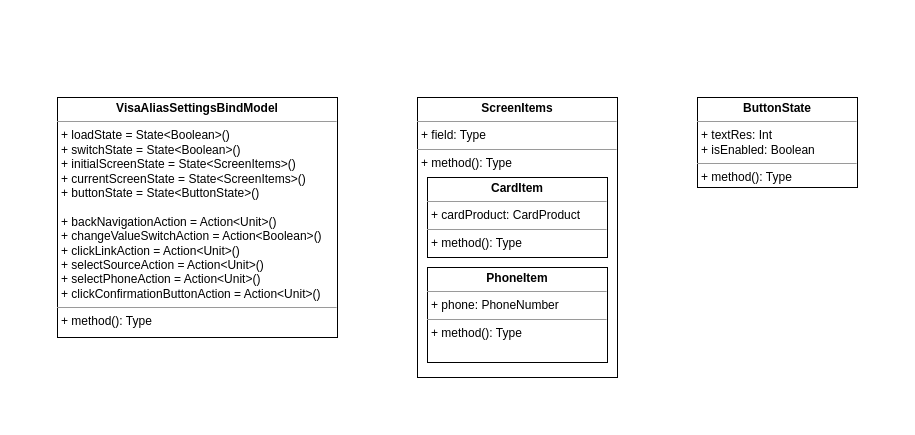
Earlier version of the draw.io diagram UNI-15261.drawio (ShiryaevNikolay/diagrams). Source tidied: cells renumbered, new cells numbered last; positions are measured from the earlier drawing's top-left corner, leaving out a move shared by most shapes. Both pictures are drawn from the tidied source at 100%, with x=0, y=0 at pixel (57, 97).
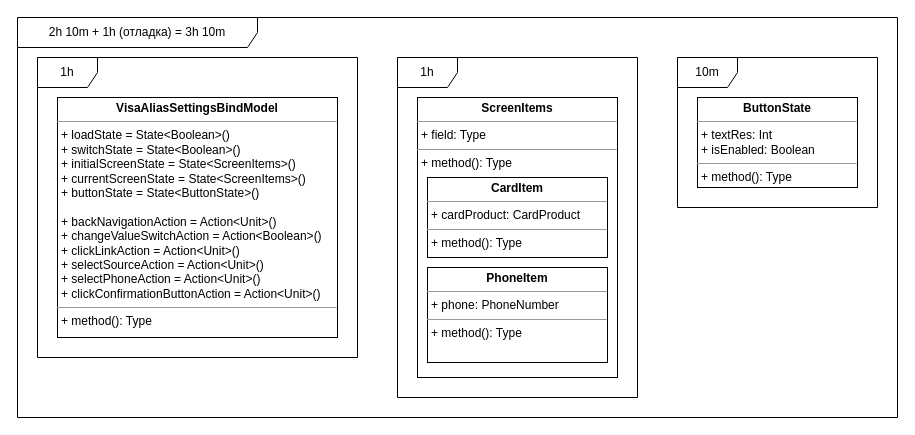
After the change.

Diff of the diagram source:
```diff
@@
 <mxGraphModel>
   <root>
     <mxCell id="0" />
     <mxCell id="1" parent="0" />
     <mxCell id="2" value="&lt;p style=&quot;margin: 0px ; margin-top: 4px ; text-align: center&quot;&gt;&lt;b&gt;VisaAliasSettingsBindModel&lt;/b&gt;&lt;/p&gt;&lt;hr size=&quot;1&quot;&gt;&lt;p style=&quot;margin: 0px ; margin-left: 4px&quot;&gt;+ loadState = State&amp;lt;Boolean&amp;gt;()&lt;/p&gt;&lt;p style=&quot;margin: 0px ; margin-left: 4px&quot;&gt;+ switchState = State&amp;lt;Boolean&amp;gt;()&lt;/p&gt;&lt;p style=&quot;margin: 0px ; margin-left: 4px&quot;&gt;+ initialScreenState = State&amp;lt;ScreenItems&amp;gt;()&lt;/p&gt;&lt;p style=&quot;margin: 0px ; margin-left: 4px&quot;&gt;+ currentScreenState = State&amp;lt;ScreenItems&amp;gt;()&lt;/p&gt;&lt;p style=&quot;margin: 0px ; margin-left: 4px&quot;&gt;+ buttonState = State&amp;lt;ButtonState&amp;gt;()&lt;br&gt;&lt;/p&gt;&lt;p style=&quot;margin: 0px ; margin-left: 4px&quot;&gt;&lt;br&gt;&lt;/p&gt;&lt;p style=&quot;margin: 0px ; margin-left: 4px&quot;&gt;+ backNavigationAction = Action&amp;lt;Unit&amp;gt;()&lt;br&gt;&lt;/p&gt;&lt;p style=&quot;margin: 0px ; margin-left: 4px&quot;&gt;+ changeValueSwitchAction = Action&amp;lt;Boolean&amp;gt;()&lt;/p&gt;&lt;p style=&quot;margin: 0px ; margin-left: 4px&quot;&gt;+ clickLinkAction = Action&amp;lt;Unit&amp;gt;()&lt;/p&gt;&lt;p style=&quot;margin: 0px ; margin-left: 4px&quot;&gt;+ selectSourceAction = Action&amp;lt;Unit&amp;gt;()&lt;/p&gt;&lt;p style=&quot;margin: 0px ; margin-left: 4px&quot;&gt;+ selectPhoneAction = Action&amp;lt;Unit&amp;gt;()&lt;/p&gt;&lt;p style=&quot;margin: 0px ; margin-left: 4px&quot;&gt;+ clickConfirmationButtonAction = Action&amp;lt;Unit&amp;gt;()&lt;br&gt;&lt;/p&gt;&lt;hr size=&quot;1&quot;&gt;&lt;p style=&quot;margin: 0px ; margin-left: 4px&quot;&gt;+ method(): Type&lt;/p&gt;" style="verticalAlign=top;align=left;overflow=fill;fontSize=12;fontFamily=Helvetica;html=1;" parent="1" vertex="1">
       <mxGeometry width="280" height="240" as="geometry" />
     </mxCell>
     <mxCell id="3" value="&lt;p style=&quot;margin: 0px ; margin-top: 4px ; text-align: center&quot;&gt;&lt;b&gt;ScreenItems&lt;/b&gt;&lt;/p&gt;&lt;hr size=&quot;1&quot;&gt;&lt;p style=&quot;margin: 0px ; margin-left: 4px&quot;&gt;+ field: Type&lt;/p&gt;&lt;hr size=&quot;1&quot;&gt;&lt;p style=&quot;margin: 0px ; margin-left: 4px&quot;&gt;+ method(): Type&lt;/p&gt;" style="verticalAlign=top;align=left;overflow=fill;fontSize=12;fontFamily=Helvetica;html=1;" parent="1" vertex="1">
       <mxGeometry x="360" width="200" height="280" as="geometry" />
     </mxCell>
     <mxCell id="4" value="&lt;p style=&quot;margin: 0px ; margin-top: 4px ; text-align: center&quot;&gt;&lt;b&gt;CardItem&lt;/b&gt;&lt;/p&gt;&lt;hr size=&quot;1&quot;&gt;&lt;p style=&quot;margin: 0px ; margin-left: 4px&quot;&gt;+ cardProduct: CardProduct&lt;/p&gt;&lt;hr size=&quot;1&quot;&gt;&lt;p style=&quot;margin: 0px ; margin-left: 4px&quot;&gt;+ method(): Type&lt;/p&gt;" style="verticalAlign=top;align=left;overflow=fill;fontSize=12;fontFamily=Helvetica;html=1;" parent="1" vertex="1">
       <mxGeometry x="370" y="80" width="180" height="80" as="geometry" />
     </mxCell>
     <mxCell id="5" value="&lt;p style=&quot;margin: 0px ; margin-top: 4px ; text-align: center&quot;&gt;&lt;b&gt;PhoneItem&lt;/b&gt;&lt;/p&gt;&lt;hr size=&quot;1&quot;&gt;&lt;p style=&quot;margin: 0px ; margin-left: 4px&quot;&gt;+ phone: PhoneNumber&lt;/p&gt;&lt;hr size=&quot;1&quot;&gt;&lt;p style=&quot;margin: 0px ; margin-left: 4px&quot;&gt;+ method(): Type&lt;/p&gt;" style="verticalAlign=top;align=left;overflow=fill;fontSize=12;fontFamily=Helvetica;html=1;" parent="1" vertex="1">
       <mxGeometry x="370" y="170" width="180" height="95" as="geometry" />
     </mxCell>
     <mxCell id="6" value="&lt;p style=&quot;margin: 0px ; margin-top: 4px ; text-align: center&quot;&gt;&lt;b&gt;ButtonState&lt;/b&gt;&lt;/p&gt;&lt;hr size=&quot;1&quot;&gt;&lt;p style=&quot;margin: 0px ; margin-left: 4px&quot;&gt;+ textRes: Int&lt;/p&gt;&lt;p style=&quot;margin: 0px ; margin-left: 4px&quot;&gt;+ isEnabled: Boolean&lt;br&gt;&lt;/p&gt;&lt;hr size=&quot;1&quot;&gt;&lt;p style=&quot;margin: 0px ; margin-left: 4px&quot;&gt;+ method(): Type&lt;/p&gt;" style="verticalAlign=top;align=left;overflow=fill;fontSize=12;fontFamily=Helvetica;html=1;" parent="1" vertex="1">
       <mxGeometry x="640" width="160" height="90" as="geometry" />
     </mxCell>
+    <mxCell id="7" value="1h" style="shape=umlFrame;whiteSpace=wrap;html=1;" parent="1" vertex="1">
+      <mxGeometry x="-20" y="-40" width="320" height="300" as="geometry" />
+    </mxCell>
+    <mxCell id="8" value="1h" style="shape=umlFrame;whiteSpace=wrap;html=1;" parent="1" vertex="1">
+      <mxGeometry x="340" y="-40" width="240" height="340" as="geometry" />
+    </mxCell>
+    <mxCell id="9" value="10m" style="shape=umlFrame;whiteSpace=wrap;html=1;" parent="1" vertex="1">
+      <mxGeometry x="620" y="-40" width="200" height="150" as="geometry" />
+    </mxCell>
+    <mxCell id="10" value="2h 10m + 1h (отладка) = 3h 10m" style="shape=umlFrame;whiteSpace=wrap;html=1;width=240;height=30;" parent="1" vertex="1">
+      <mxGeometry x="-40" y="-80" width="880" height="400" as="geometry" />
+    </mxCell>
   </root>
 </mxGraphModel>
```
